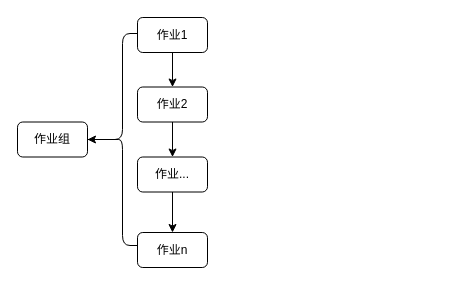
This is ansible.drawio from xuanzc/myGitHub, a draw.io file, before an edit. Source tidied: cells renumbered, new cells numbered last; positions are measured from the earlier drawing's top-left corner, leaving out a move shared by most shapes. Both pictures are drawn from the tidied source at 100%, with x=0, y=0 at pixel (17, 17).
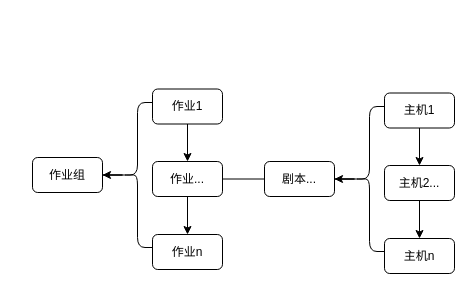
The same diagram, later.

What changed in the source:
```diff
@@
 <mxGraphModel>
   <root>
     <mxCell id="0" />
     <mxCell id="1" parent="0" />
     <mxCell id="2" style="edgeStyle=orthogonalEdgeStyle;rounded=0;jettySize=auto;html=1;exitX=0.1;exitY=0.5;exitDx=0;exitDy=0;exitPerimeter=0;endArrow=classic;endFill=1;" parent="1" edge="1" source="3" target="4">
       <mxGeometry relative="1" as="geometry" />
     </mxCell>
     <mxCell id="3" style="shape=curlyBracket;whiteSpace=wrap;html=1;rounded=1;" parent="1" vertex="1">
-      <mxGeometry x="90" y="16" width="30" height="212" as="geometry" />
+      <mxGeometry x="105" y="85" width="30" height="145" as="geometry" />
     </mxCell>
     <mxCell id="4" value="作业组" style="whiteSpace=wrap;html=1;rounded=1;" parent="1" vertex="1">
-      <mxGeometry y="104.5" width="70" height="35" as="geometry" />
+      <mxGeometry x="15" y="140" width="70" height="35" as="geometry" />
     </mxCell>
-    <mxCell id="5" style="edgeStyle=orthogonalEdgeStyle;rounded=0;jettySize=auto;html=1;" parent="1" edge="1" source="6" target="8">
+    <mxCell id="5" style="edgeStyle=orthogonalEdgeStyle;rounded=0;jettySize=auto;html=1;" parent="1" edge="1" source="6" target="10">
       <mxGeometry relative="1" as="geometry" />
     </mxCell>
     <mxCell id="6" value="作业1" style="whiteSpace=wrap;html=1;rounded=1;" parent="1" vertex="1">
-      <mxGeometry x="120" width="70" height="35" as="geometry" />
+      <mxGeometry x="135" y="71.5" width="70" height="35" as="geometry" />
     </mxCell>
-    <mxCell id="7" style="edgeStyle=orthogonalEdgeStyle;rounded=0;jettySize=auto;html=1;" parent="1" edge="1" source="8" target="10">
-      <mxGeometry relative="1" as="geometry" />
-    </mxCell>
-    <mxCell id="8" value="作业2" style="whiteSpace=wrap;html=1;rounded=1;" parent="1" vertex="1">
-      <mxGeometry x="120" y="69.5" width="70" height="35" as="geometry" />
-    </mxCell>
     <mxCell id="9" style="edgeStyle=orthogonalEdgeStyle;rounded=0;jettySize=auto;html=1;" parent="1" edge="1" source="10" target="11">
       <mxGeometry relative="1" as="geometry" />
     </mxCell>
+    <mxCell id="12" style="rounded=0;jettySize=auto;html=1;entryX=0;entryY=0.5;entryDx=0;entryDy=0;endArrow=none;endFill=0;" parent="1" edge="1" source="10" target="15">
+      <mxGeometry relative="1" as="geometry" />
+    </mxCell>
     <mxCell id="10" value="作业..." style="whiteSpace=wrap;html=1;rounded=1;" parent="1" vertex="1">
-      <mxGeometry x="120" y="139.5" width="70" height="35" as="geometry" />
+      <mxGeometry x="135" y="144" width="70" height="35" as="geometry" />
     </mxCell>
     <mxCell id="11" value="作业n" style="whiteSpace=wrap;html=1;rounded=1;" parent="1" vertex="1">
-      <mxGeometry x="120" y="215" width="70" height="35" as="geometry" />
+      <mxGeometry x="135" y="217" width="70" height="35" as="geometry" />
     </mxCell>
+    <mxCell id="13" style="edgeStyle=orthogonalEdgeStyle;rounded=0;jettySize=auto;html=1;exitX=0.1;exitY=0.5;exitDx=0;exitDy=0;exitPerimeter=0;endArrow=classic;endFill=1;" parent="1" edge="1" source="14" target="15">
+      <mxGeometry relative="1" as="geometry" />
+    </mxCell>
+    <mxCell id="14" style="shape=curlyBracket;whiteSpace=wrap;html=1;rounded=1;" parent="1" vertex="1">
+      <mxGeometry x="337" y="89" width="30" height="145" as="geometry" />
+    </mxCell>
+    <mxCell id="15" value="剧本..." style="whiteSpace=wrap;html=1;rounded=1;" parent="1" vertex="1">
+      <mxGeometry x="247" y="144" width="70" height="35" as="geometry" />
+    </mxCell>
+    <mxCell id="16" style="edgeStyle=orthogonalEdgeStyle;rounded=0;jettySize=auto;html=1;" parent="1" edge="1" source="17" target="19">
+      <mxGeometry relative="1" as="geometry" />
+    </mxCell>
+    <mxCell id="17" value="主机1" style="whiteSpace=wrap;html=1;rounded=1;" parent="1" vertex="1">
+      <mxGeometry x="367" y="75.5" width="70" height="35" as="geometry" />
+    </mxCell>
+    <mxCell id="18" style="edgeStyle=orthogonalEdgeStyle;rounded=0;jettySize=auto;html=1;" parent="1" edge="1" source="19" target="20">
+      <mxGeometry relative="1" as="geometry" />
+    </mxCell>
+    <mxCell id="19" value="主机2..." style="whiteSpace=wrap;html=1;rounded=1;" parent="1" vertex="1">
+      <mxGeometry x="367" y="148" width="70" height="35" as="geometry" />
+    </mxCell>
+    <mxCell id="20" value="主机n" style="whiteSpace=wrap;html=1;rounded=1;" parent="1" vertex="1">
+      <mxGeometry x="367" y="221" width="70" height="35" as="geometry" />
+    </mxCell>
   </root>
 </mxGraphModel>
```
